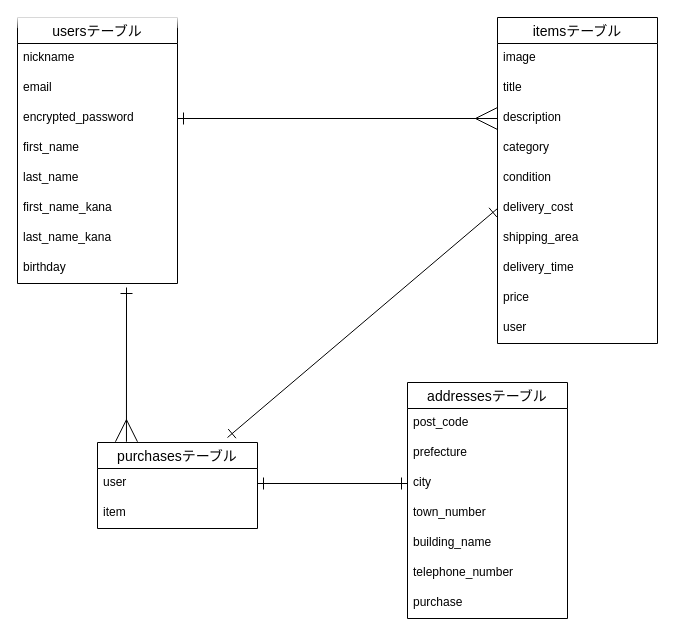
This is furima.dio from simanun/furima-39841, a draw.io file, before an edit. Source tidied: cells renumbered, new cells numbered last; positions are measured from the earlier drawing's top-left corner, leaving out a move shared by most shapes. Both pictures are drawn from the tidied source at 100%, with x=0, y=0 at pixel (17, 17).
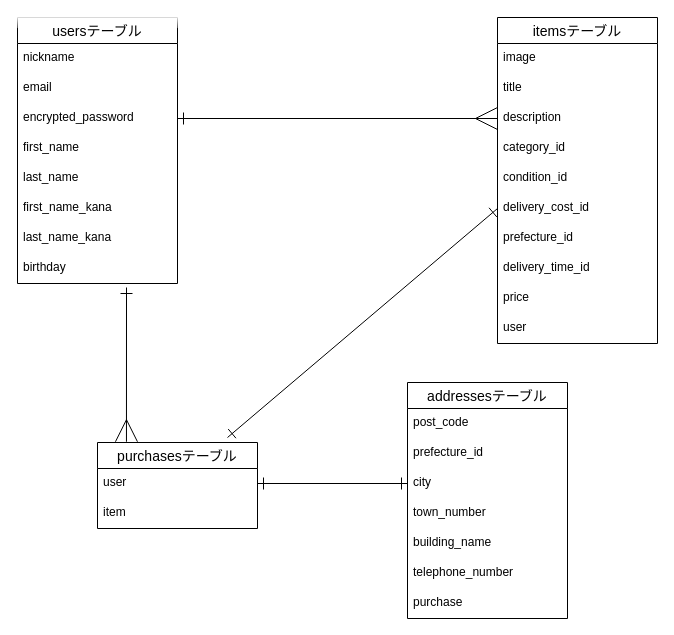
After the change.

Unchanged cells that the change refers to:
```xml
<mxCell id="11" value="itemsテーブル" style="swimlane;fontStyle=0;horizontal=1;startSize=26;align=center;fontSize=14;" parent="1" vertex="1">
  <mxGeometry x="480" width="160" height="326" as="geometry" />
</mxCell>
<mxCell id="25" value="addressesテーブル" style="swimlane;fontStyle=0;horizontal=1;startSize=26;align=center;fontSize=14;" parent="1" vertex="1">
  <mxGeometry x="390" y="365" width="160" height="236" as="geometry" />
</mxCell>
```

What changed in the source:
```diff
@@
-    <mxCell id="15" value="category" style="text;strokeColor=none;fillColor=none;spacingLeft=4;spacingRight=4;overflow=hidden;fontSize=12;" parent="11" vertex="1">
+    <mxCell id="15" value="category_id" style="text;strokeColor=none;fillColor=none;spacingLeft=4;spacingRight=4;overflow=hidden;fontSize=12;" parent="11" vertex="1">
       <mxGeometry y="116" width="160" height="30" as="geometry" />
     </mxCell>
-    <mxCell id="16" value="condition" style="text;strokeColor=none;fillColor=none;spacingLeft=4;spacingRight=4;overflow=hidden;fontSize=12;" parent="11" vertex="1">
+    <mxCell id="16" value="condition_id" style="text;strokeColor=none;fillColor=none;spacingLeft=4;spacingRight=4;overflow=hidden;fontSize=12;" parent="11" vertex="1">
       <mxGeometry y="146" width="160" height="30" as="geometry" />
     </mxCell>
-    <mxCell id="17" value="delivery_cost" style="text;strokeColor=none;fillColor=none;spacingLeft=4;spacingRight=4;overflow=hidden;points=[[0,0.5],[1,0.5]];portConstraint=eastwest;fontSize=12;" parent="11" vertex="1">
+    <mxCell id="17" value="delivery_cost_id" style="text;strokeColor=none;fillColor=none;spacingLeft=4;spacingRight=4;overflow=hidden;points=[[0,0.5],[1,0.5]];portConstraint=eastwest;fontSize=12;" parent="11" vertex="1">
       <mxGeometry y="176" width="160" height="30" as="geometry" />
     </mxCell>
-    <mxCell id="18" value="shipping_area" style="text;strokeColor=none;fillColor=none;spacingLeft=4;spacingRight=4;overflow=hidden;fontSize=12;glass=1;labelBorderColor=none;" parent="11" vertex="1">
+    <mxCell id="18" value="prefecture_id" style="text;strokeColor=none;fillColor=none;spacingLeft=4;spacingRight=4;overflow=hidden;fontSize=12;glass=1;labelBorderColor=none;" parent="11" vertex="1">
       <mxGeometry y="206" width="160" height="30" as="geometry" />
     </mxCell>
-    <mxCell id="19" value="delivery_time" style="text;strokeColor=none;fillColor=none;spacingLeft=4;spacingRight=4;overflow=hidden;fontSize=12;glass=1;labelBorderColor=none;" parent="11" vertex="1">
+    <mxCell id="19" value="delivery_time_id" style="text;strokeColor=none;fillColor=none;spacingLeft=4;spacingRight=4;overflow=hidden;fontSize=12;glass=1;labelBorderColor=none;" parent="11" vertex="1">
       <mxGeometry y="236" width="160" height="30" as="geometry" />
     </mxCell>
@@
-    <mxCell id="27" value="prefecture" style="text;strokeColor=none;fillColor=none;spacingLeft=4;spacingRight=4;overflow=hidden;fontSize=12;glass=1;labelBorderColor=none;" parent="25" vertex="1">
+    <mxCell id="27" value="prefecture_id" style="text;strokeColor=none;fillColor=none;spacingLeft=4;spacingRight=4;overflow=hidden;fontSize=12;glass=1;labelBorderColor=none;" parent="25" vertex="1">
       <mxGeometry y="56" width="160" height="30" as="geometry" />
     </mxCell>
```
